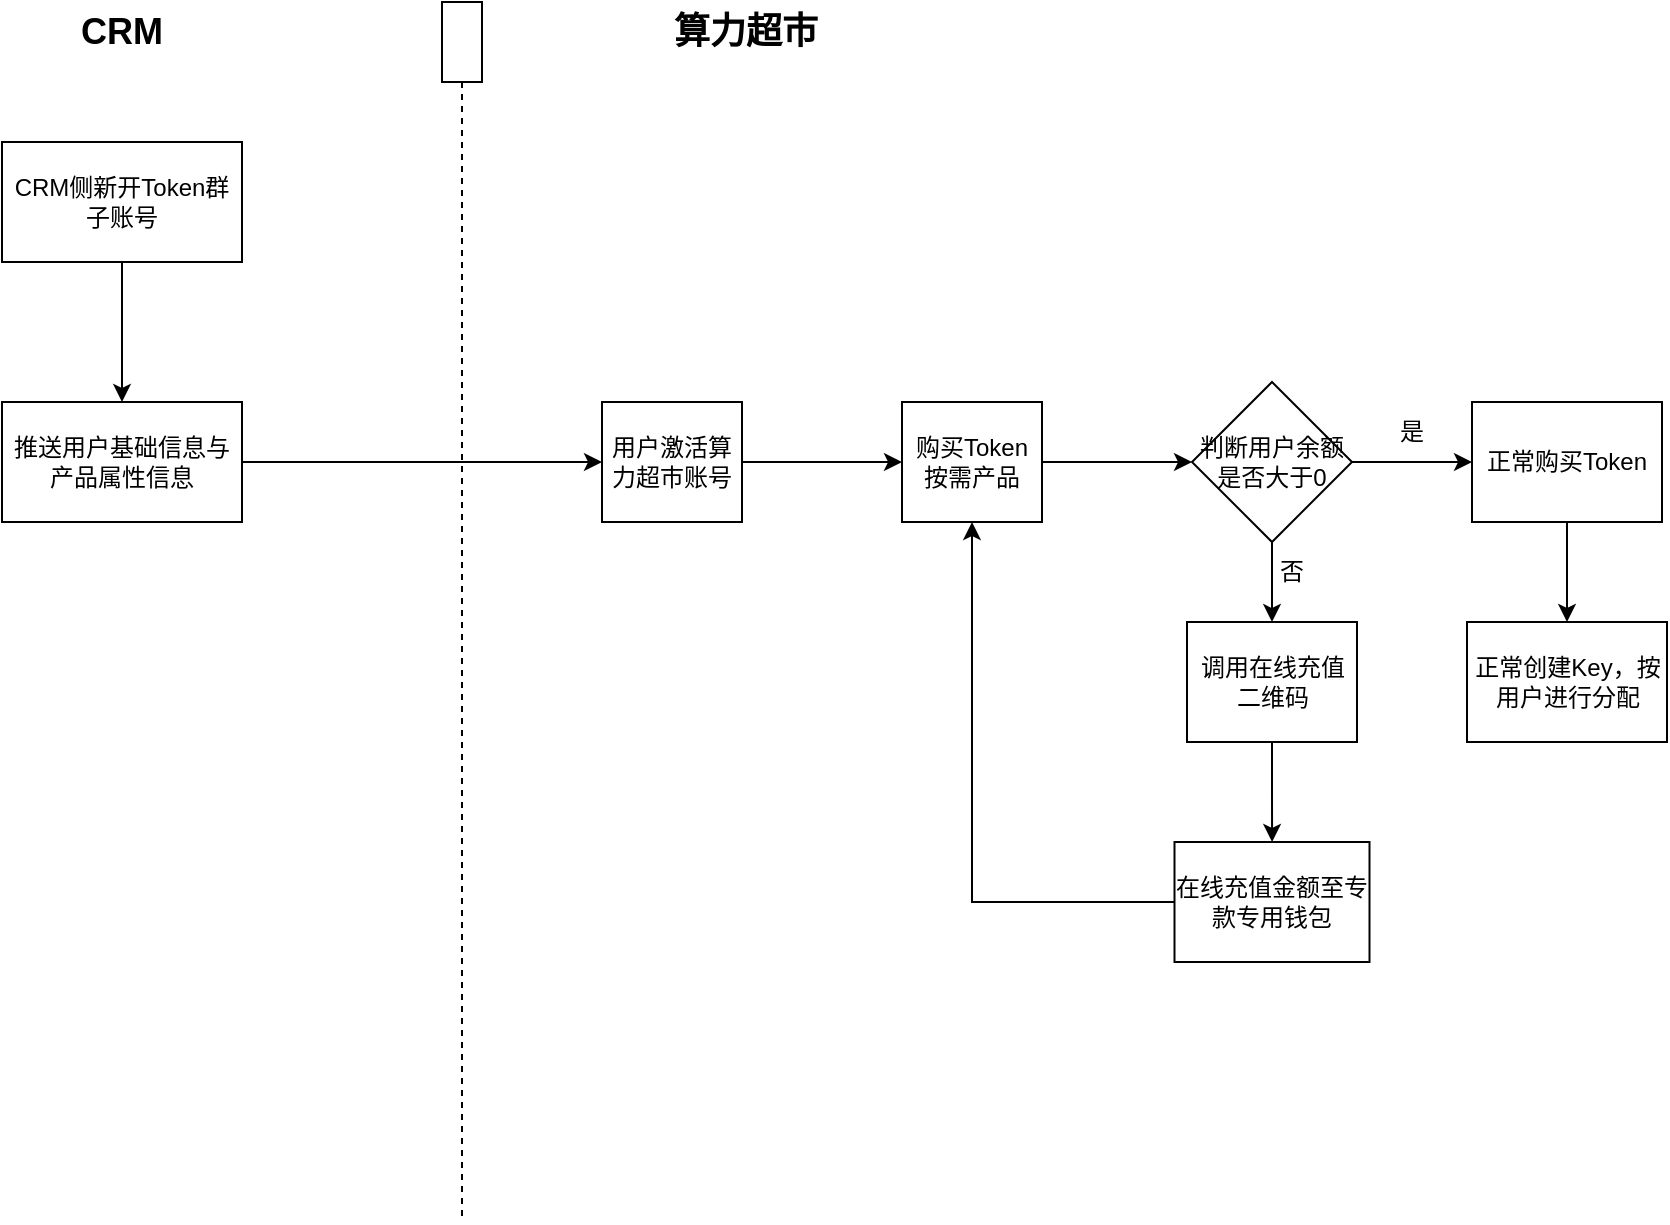
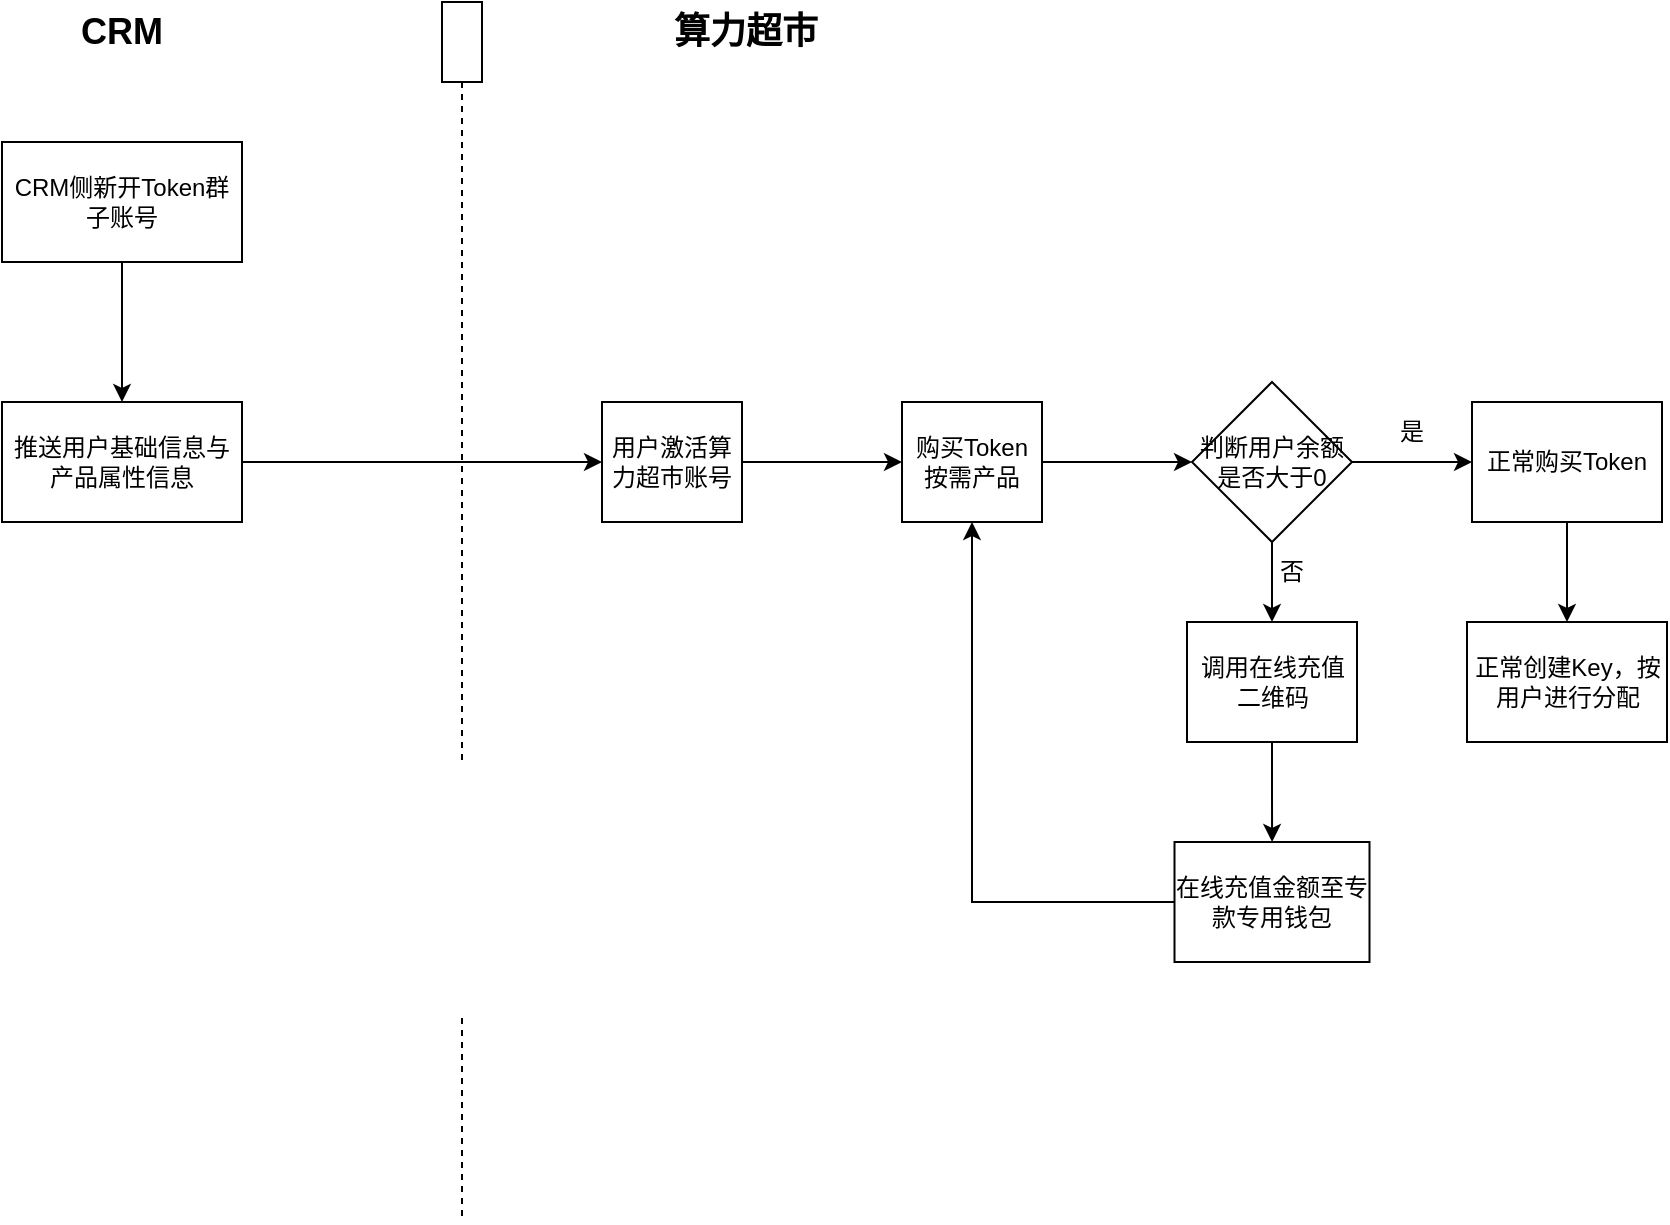
<mxfile host="app.diagrams.net" pages="2">
  <diagram name="订购流程" id="AQjDujfQTNReucyWCHzX">
    <mxGraphModel dx="1022" dy="598" grid="1" gridSize="10" guides="1" tooltips="1" connect="1" arrows="1" fold="1" page="1" pageScale="1" pageWidth="827" pageHeight="1169" math="0" shadow="0">
      <root>
        <mxCell id="0" />
        <mxCell id="1" parent="0" />
        <mxCell id="CEaLPyawCCBcNyB-U0SB-2" edge="1" parent="1" source="UjK-lL8y8fFmidLC2YN5-1" style="edgeStyle=orthogonalEdgeStyle;rounded=0;orthogonalLoop=1;jettySize=auto;html=1;" target="CEaLPyawCCBcNyB-U0SB-1" value="">
          <mxGeometry relative="1" as="geometry" />
        </mxCell>
        <mxCell id="UjK-lL8y8fFmidLC2YN5-1" parent="1" style="rounded=0;whiteSpace=wrap;html=1;" value="CRM侧新开Token群子账号" vertex="1">
          <mxGeometry height="60" width="120" x="50" y="130" as="geometry" />
        </mxCell>
        <mxCell id="UjK-lL8y8fFmidLC2YN5-3" parent="1" style="shape=umlLifeline;perimeter=lifelinePerimeter;whiteSpace=wrap;html=1;container=1;dropTarget=0;collapsible=0;recursiveResize=0;outlineConnect=0;portConstraint=eastwest;newEdgeStyle={&quot;curved&quot;:0,&quot;rounded&quot;:0};" value="" vertex="1">
          <mxGeometry height="610" width="20" x="270" y="60" as="geometry" />
        </mxCell>
        <mxCell id="UjK-lL8y8fFmidLC2YN5-4" parent="1" style="text;html=1;whiteSpace=wrap;strokeColor=none;fillColor=none;align=center;verticalAlign=middle;rounded=0;" value="&lt;b&gt;&lt;font style=&quot;font-size: 18px;&quot;&gt;CRM&lt;/font&gt;&lt;/b&gt;" vertex="1">
          <mxGeometry height="30" width="60" x="80" y="60" as="geometry" />
        </mxCell>
        <mxCell id="UjK-lL8y8fFmidLC2YN5-5" parent="1" style="text;html=1;whiteSpace=wrap;strokeColor=none;fillColor=none;align=center;verticalAlign=middle;rounded=0;" value="&lt;b&gt;&lt;font style=&quot;font-size: 18px;&quot;&gt;算力超市&lt;/font&gt;&lt;/b&gt;" vertex="1">
          <mxGeometry height="30" width="76" x="384" y="60" as="geometry" />
        </mxCell>
        <mxCell id="CEaLPyawCCBcNyB-U0SB-4" edge="1" parent="1" source="CEaLPyawCCBcNyB-U0SB-1" style="edgeStyle=orthogonalEdgeStyle;rounded=0;orthogonalLoop=1;jettySize=auto;html=1;" target="CEaLPyawCCBcNyB-U0SB-3" value="">
          <mxGeometry relative="1" as="geometry" />
        </mxCell>
        <mxCell id="CEaLPyawCCBcNyB-U0SB-1" parent="1" style="whiteSpace=wrap;html=1;rounded=0;" value="推送用户基础信息与产品属性信息" vertex="1">
          <mxGeometry height="60" width="120" x="50" y="260" as="geometry" />
        </mxCell>
        <mxCell id="CEaLPyawCCBcNyB-U0SB-6" edge="1" parent="1" source="CEaLPyawCCBcNyB-U0SB-3" style="edgeStyle=orthogonalEdgeStyle;rounded=0;orthogonalLoop=1;jettySize=auto;html=1;" target="CEaLPyawCCBcNyB-U0SB-5" value="">
          <mxGeometry relative="1" as="geometry" />
        </mxCell>
        <mxCell id="CEaLPyawCCBcNyB-U0SB-3" parent="1" style="whiteSpace=wrap;html=1;rounded=0;" value="用户激活算力超市账号" vertex="1">
          <mxGeometry height="60" width="70" x="350" y="260" as="geometry" />
        </mxCell>
        <mxCell id="CEaLPyawCCBcNyB-U0SB-10" edge="1" parent="1" source="CEaLPyawCCBcNyB-U0SB-5" style="edgeStyle=orthogonalEdgeStyle;rounded=0;orthogonalLoop=1;jettySize=auto;html=1;" target="CEaLPyawCCBcNyB-U0SB-9" value="">
          <mxGeometry relative="1" as="geometry" />
        </mxCell>
        <mxCell id="CEaLPyawCCBcNyB-U0SB-5" parent="1" style="whiteSpace=wrap;html=1;rounded=0;" value="购买Token按需产品" vertex="1">
          <mxGeometry height="60" width="70" x="500" y="260" as="geometry" />
        </mxCell>
        <mxCell id="CEaLPyawCCBcNyB-U0SB-12" edge="1" parent="1" source="CEaLPyawCCBcNyB-U0SB-9" style="edgeStyle=orthogonalEdgeStyle;rounded=0;orthogonalLoop=1;jettySize=auto;html=1;" target="CEaLPyawCCBcNyB-U0SB-11" value="">
          <mxGeometry relative="1" as="geometry" />
        </mxCell>
        <mxCell id="CEaLPyawCCBcNyB-U0SB-20" edge="1" parent="1" source="CEaLPyawCCBcNyB-U0SB-9" style="edgeStyle=orthogonalEdgeStyle;rounded=0;orthogonalLoop=1;jettySize=auto;html=1;exitX=0.5;exitY=1;exitDx=0;exitDy=0;entryX=0.5;entryY=0;entryDx=0;entryDy=0;" target="CEaLPyawCCBcNyB-U0SB-18">
          <mxGeometry relative="1" as="geometry" />
        </mxCell>
        <mxCell id="CEaLPyawCCBcNyB-U0SB-9" parent="1" style="rhombus;whiteSpace=wrap;html=1;rounded=0;" value="判断用户余额是否大于0" vertex="1">
          <mxGeometry height="80" width="80" x="645" y="250" as="geometry" />
        </mxCell>
        <mxCell id="CEaLPyawCCBcNyB-U0SB-15" edge="1" parent="1" source="CEaLPyawCCBcNyB-U0SB-11" style="edgeStyle=orthogonalEdgeStyle;rounded=0;orthogonalLoop=1;jettySize=auto;html=1;" target="CEaLPyawCCBcNyB-U0SB-14" value="">
          <mxGeometry relative="1" as="geometry" />
        </mxCell>
        <mxCell id="CEaLPyawCCBcNyB-U0SB-11" parent="1" style="whiteSpace=wrap;html=1;rounded=0;" value="正常购买Token" vertex="1">
          <mxGeometry height="60" width="95" x="785" y="260" as="geometry" />
        </mxCell>
        <mxCell id="CEaLPyawCCBcNyB-U0SB-13" parent="1" style="text;html=1;whiteSpace=wrap;strokeColor=none;fillColor=none;align=center;verticalAlign=middle;rounded=0;" value="是" vertex="1">
          <mxGeometry height="30" width="60" x="725" y="260" as="geometry" />
        </mxCell>
        <mxCell id="CEaLPyawCCBcNyB-U0SB-14" parent="1" style="whiteSpace=wrap;html=1;rounded=0;" value="正常创建Key，按用户进行分配" vertex="1">
          <mxGeometry height="60" width="100" x="782.5" y="370" as="geometry" />
        </mxCell>
        <mxCell id="CEaLPyawCCBcNyB-U0SB-23" edge="1" parent="1" source="CEaLPyawCCBcNyB-U0SB-18" style="edgeStyle=orthogonalEdgeStyle;rounded=0;orthogonalLoop=1;jettySize=auto;html=1;" target="CEaLPyawCCBcNyB-U0SB-22" value="">
          <mxGeometry relative="1" as="geometry" />
        </mxCell>
        <mxCell id="CEaLPyawCCBcNyB-U0SB-18" parent="1" style="whiteSpace=wrap;html=1;rounded=0;" value="调用在线充值二维码" vertex="1">
          <mxGeometry height="60" width="85" x="642.5" y="370" as="geometry" />
        </mxCell>
        <mxCell id="CEaLPyawCCBcNyB-U0SB-21" parent="1" style="text;html=1;whiteSpace=wrap;strokeColor=none;fillColor=none;align=center;verticalAlign=middle;rounded=0;" value="否" vertex="1">
          <mxGeometry height="30" width="60" x="665" y="330" as="geometry" />
        </mxCell>
        <mxCell id="CEaLPyawCCBcNyB-U0SB-24" edge="1" parent="1" source="CEaLPyawCCBcNyB-U0SB-22" style="edgeStyle=orthogonalEdgeStyle;rounded=0;orthogonalLoop=1;jettySize=auto;html=1;entryX=0.5;entryY=1;entryDx=0;entryDy=0;" target="CEaLPyawCCBcNyB-U0SB-5">
          <mxGeometry relative="1" as="geometry" />
        </mxCell>
        <mxCell id="CEaLPyawCCBcNyB-U0SB-22" parent="1" style="whiteSpace=wrap;html=1;rounded=0;" value="在线充值金额至专款专用钱包" vertex="1">
          <mxGeometry height="60" width="97.5" x="636.25" y="480" as="geometry" />
        </mxCell>
      </root>
    </mxGraphModel>
  </diagram>
  <diagram id="U_ktPjY2LIxY_4tJieZs" name="使用流程">
    <mxGraphModel dx="1022" dy="598" grid="1" gridSize="10" guides="1" tooltips="1" connect="1" arrows="1" fold="1" page="1" pageScale="1" pageWidth="827" pageHeight="1169" math="0" shadow="0">
      <root>
        <mxCell id="0" />
        <mxCell id="1" parent="0" />
+         <mxCell id="o0ACRYzJzNpzrkVZlpqy-1" edge="1" parent="1" source="o0ACRYzJzNpzrkVZlpqy-2" style="edgeStyle=orthogonalEdgeStyle;rounded=0;orthogonalLoop=1;jettySize=auto;html=1;" target="o0ACRYzJzNpzrkVZlpqy-7" value="">
+           <mxGeometry relative="1" as="geometry" />
+         </mxCell>
+         <mxCell id="o0ACRYzJzNpzrkVZlpqy-2" parent="1" style="rounded=0;whiteSpace=wrap;html=1;" value="CRM侧新开Token群子账号" vertex="1">
+           <mxGeometry height="60" width="120" x="120" y="150" as="geometry" />
+         </mxCell>
+         <mxCell id="o0ACRYzJzNpzrkVZlpqy-3" parent="1" style="shape=umlLifeline;perimeter=lifelinePerimeter;whiteSpace=wrap;html=1;container=1;dropTarget=0;collapsible=0;recursiveResize=0;outlineConnect=0;portConstraint=eastwest;newEdgeStyle={&quot;curved&quot;:0,&quot;rounded&quot;:0};" value="" vertex="1">
+           <mxGeometry height="610" width="20" x="340" y="80" as="geometry" />
+         </mxCell>
+         <mxCell id="o0ACRYzJzNpzrkVZlpqy-4" parent="1" style="text;html=1;whiteSpace=wrap;strokeColor=none;fillColor=none;align=center;verticalAlign=middle;rounded=0;" value="&lt;b&gt;&lt;font style=&quot;font-size: 18px;&quot;&gt;CRM&lt;/font&gt;&lt;/b&gt;" vertex="1">
+           <mxGeometry height="30" width="60" x="150" y="80" as="geometry" />
+         </mxCell>
+         <mxCell id="o0ACRYzJzNpzrkVZlpqy-5" parent="1" style="text;html=1;whiteSpace=wrap;strokeColor=none;fillColor=none;align=center;verticalAlign=middle;rounded=0;" value="&lt;b&gt;&lt;font style=&quot;font-size: 18px;&quot;&gt;算力超市&lt;/font&gt;&lt;/b&gt;" vertex="1">
+           <mxGeometry height="30" width="76" x="454" y="80" as="geometry" />
+         </mxCell>
+         <mxCell id="o0ACRYzJzNpzrkVZlpqy-6" edge="1" parent="1" source="o0ACRYzJzNpzrkVZlpqy-7" style="edgeStyle=orthogonalEdgeStyle;rounded=0;orthogonalLoop=1;jettySize=auto;html=1;" target="o0ACRYzJzNpzrkVZlpqy-9" value="">
+           <mxGeometry relative="1" as="geometry" />
+         </mxCell>
+         <mxCell id="o0ACRYzJzNpzrkVZlpqy-7" parent="1" style="whiteSpace=wrap;html=1;rounded=0;" value="推送用户基础信息与产品属性信息" vertex="1">
+           <mxGeometry height="60" width="120" x="120" y="280" as="geometry" />
+         </mxCell>
+         <mxCell id="o0ACRYzJzNpzrkVZlpqy-8" edge="1" parent="1" source="o0ACRYzJzNpzrkVZlpqy-9" style="edgeStyle=orthogonalEdgeStyle;rounded=0;orthogonalLoop=1;jettySize=auto;html=1;" value="">
+           <mxGeometry relative="1" as="geometry">
+             <mxPoint x="570" y="310" as="targetPoint" />
+           </mxGeometry>
+         </mxCell>
+         <mxCell id="o0ACRYzJzNpzrkVZlpqy-9" parent="1" style="whiteSpace=wrap;html=1;rounded=0;" value="用户激活算力超市账号" vertex="1">
+           <mxGeometry height="60" width="70" x="420" y="280" as="geometry" />
+         </mxCell>
      </root>
    </mxGraphModel>
  </diagram>
</mxfile>
